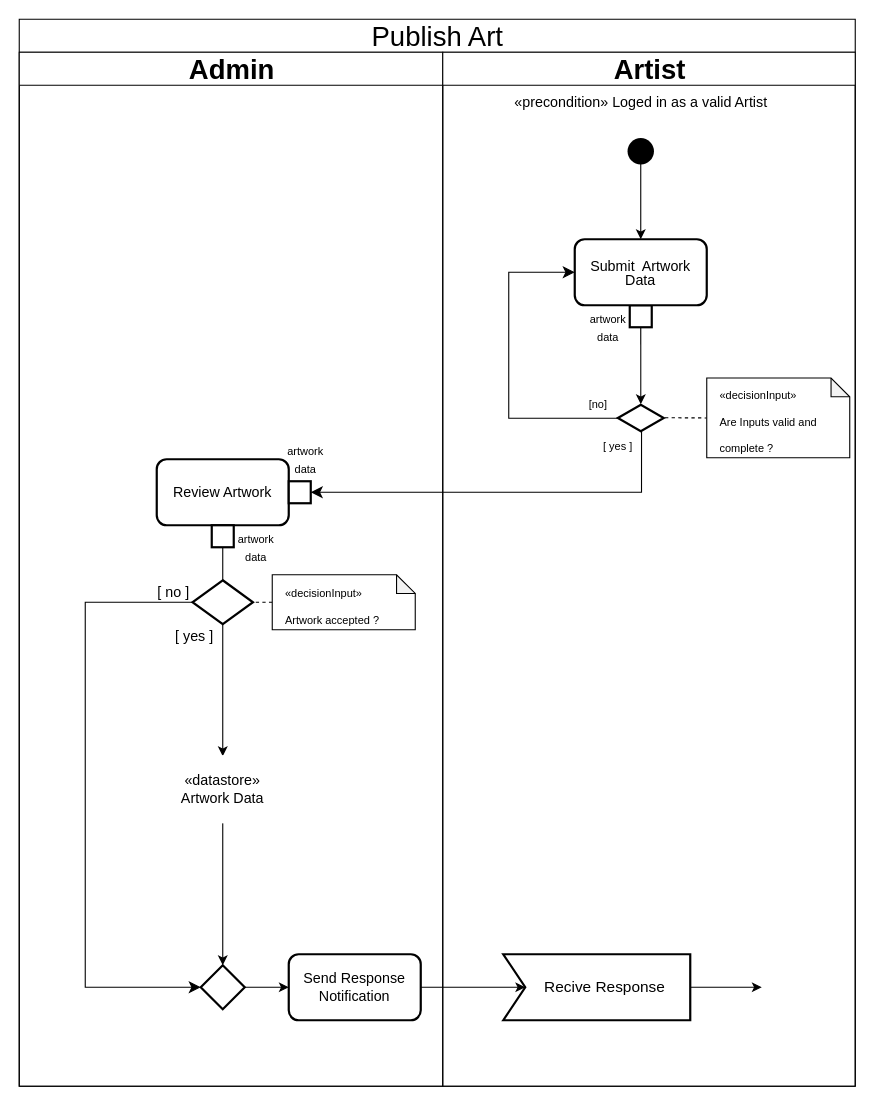
Above: diagrams/activity/activity_publish_art.drawio in MazenMarei/software-1-project (draw.io), before the change. Source tidied: cells renumbered, new cells numbered last; positions are measured from the earlier drawing's top-left corner, leaving out a move shared by most shapes. Both pictures are drawn from the tidied source at 110%, with x=0, y=0 at pixel (19, 19).
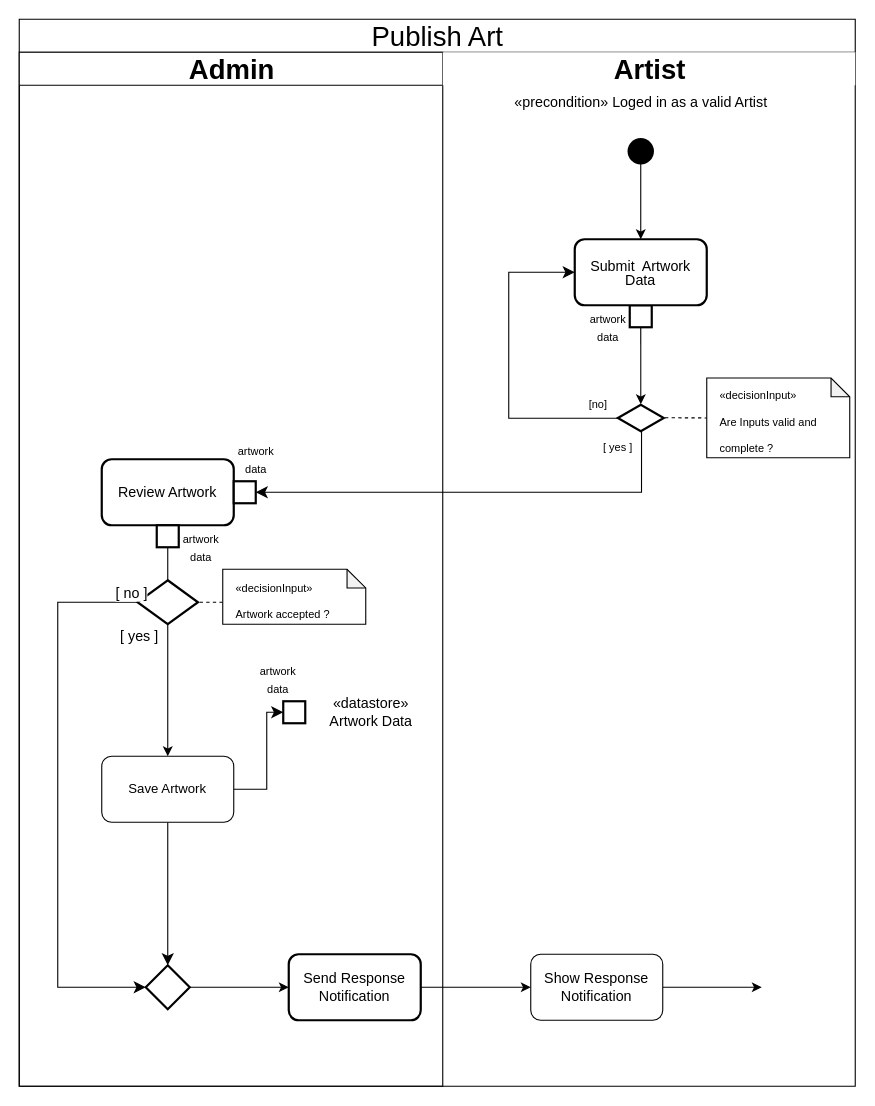
The same diagram, later.

Commit message (it also covers changes not shown here):
adding class and erd

The change refers to these unchanged cells:
```xml
<mxCell id="3" value="Admin" style="swimlane;startSize=30;html=1;rounded=0;strokeWidth=1;fontSize=25;" parent="2" vertex="1">
  <mxGeometry y="30" width="385" height="940" as="geometry" />
</mxCell>
<mxCell id="35" style="html=1;whiteSpace=wrap;shape=isoRectangle;rounded=0;strokeWidth=2;fontSize=10;" parent="26" vertex="1">
  <mxGeometry x="159.2" y="320" width="41.7" height="25" as="geometry" />
</mxCell>
```

Change to the diagram source:
```diff
@@
-    <mxCell id="2" value="&lt;span style=&quot;font-weight: 400;&quot;&gt;Publish Art&lt;/span&gt;" style="swimlane;startSize=30;html=1;rounded=0;strokeWidth=1;fontSize=25;" parent="1" vertex="1">
+    <mxCell id="2" value="&lt;span style=&quot;font-weight: 400;&quot;&gt;Publish Art&lt;/span&gt;" style="swimlane;startSize=30;html=1;rounded=0;strokeWidth=1;fontSize=25;strokeColor=light-dark(#000000,#FFFFFF);" parent="1" vertex="1">
       <mxGeometry width="760" height="970" as="geometry" />
     </mxCell>
+    <mxCell id="24" style="edgeStyle=segmentEdgeStyle;endArrow=classic;html=1;curved=0;rounded=0;endSize=8;startSize=8;fontSize=10;exitX=0.516;exitY=0.889;exitDx=0;exitDy=0;exitPerimeter=0;entryX=1;entryY=0.5;entryDx=0;entryDy=0;" parent="2" edge="1" source="35" target="7">
+      <mxGeometry relative="1" as="geometry">
+        <Array as="points">
+          <mxPoint x="566" y="430" />
+        </Array>
+      </mxGeometry>
+    </mxCell>
+    <mxCell id="25" value="[ yes ]" style="edgeLabel;html=1;align=center;verticalAlign=middle;fontSize=10;" parent="24" vertex="1">
+      <mxGeometry x="-0.95" y="-1" relative="1" as="geometry">
+        <mxPoint x="-21" y="6" as="offset" />
+      </mxGeometry>
+    </mxCell>
@@
+    <mxCell id="45" style="edgeStyle=none;html=1;exitX=1;exitY=0.5;exitDx=0;exitDy=0;entryX=0;entryY=0.5;entryDx=0;entryDy=0;endArrow=none;endFill=0;" parent="3" edge="1" source="4">
+      <mxGeometry relative="1" as="geometry">
+        <mxPoint x="195" y="400" as="targetPoint" />
+      </mxGeometry>
+    </mxCell>
     <mxCell id="4" value="&lt;font style=&quot;font-size: 13px;&quot;&gt;Review Artwork&lt;/font&gt;" style="rounded=1;whiteSpace=wrap;html=1;strokeWidth=2;fontSize=10;" parent="3" vertex="1">
-      <mxGeometry x="125" y="370" width="120" height="60" as="geometry" />
+      <mxGeometry x="75" y="370" width="120" height="60" as="geometry" />
     </mxCell>
     <mxCell id="5" value="&lt;font style=&quot;font-size: 10px;&quot;&gt;artwork &lt;br&gt;data&lt;/font&gt;" style="text;html=1;align=center;verticalAlign=middle;strokeColor=none;fillColor=none;fontSize=13;" parent="3" vertex="1">
-      <mxGeometry x="230" y="350" width="60" height="40" as="geometry" />
+      <mxGeometry x="185" y="350" width="60" height="40" as="geometry" />
     </mxCell>
-    <mxCell id="6" style="edgeStyle=none;html=1;exitX=0;exitY=0.5;exitDx=0;exitDy=0;entryX=0.999;entryY=0.568;entryDx=0;entryDy=0;entryPerimeter=0;fontSize=10;startArrow=none;startFill=0;endArrow=none;endFill=0;" parent="3" edge="1" source="7" target="4">
-      <mxGeometry relative="1" as="geometry" />
+    <mxCell id="6" style="edgeStyle=none;html=1;exitX=0;exitY=0.5;exitDx=0;exitDy=0;entryX=0.999;entryY=0.568;entryDx=0;entryDy=0;entryPerimeter=0;fontSize=10;startArrow=none;startFill=0;endArrow=none;endFill=0;" parent="3" edge="1" target="4">
+      <mxGeometry relative="1" as="geometry">
+        <mxPoint x="195" y="400" as="sourcePoint" />
+      </mxGeometry>
     </mxCell>
+    <mxCell id="46" style="edgeStyle=none;html=1;entryX=1;entryY=0.5;entryDx=0;entryDy=0;endArrow=none;endFill=0;" parent="3" edge="1" source="7" target="4">
+      <mxGeometry relative="1" as="geometry" />
+    </mxCell>
     <mxCell id="7" style="rounded=0;whiteSpace=wrap;html=1;strokeWidth=2;fontSize=13;" parent="3" vertex="1">
-      <mxGeometry x="245" y="390" width="20" height="20" as="geometry" />
+      <mxGeometry x="195" y="390" width="20" height="20" as="geometry" />
     </mxCell>
     <mxCell id="8" style="rhombus;whiteSpace=wrap;html=1;rounded=0;strokeWidth=2;fontSize=13;" parent="3" vertex="1">
-      <mxGeometry x="157.5" y="480" width="55" height="40" as="geometry" />
+      <mxGeometry x="107.5" y="480" width="55" height="40" as="geometry" />
     </mxCell>
@@
-    <mxCell id="10" style="edgeStyle=none;html=1;entryX=1;entryY=0.5;entryDx=0;entryDy=0;fontSize=13;startArrow=none;startFill=0;endArrow=none;endFill=0;dashed=1;exitX=0;exitY=0.5;exitDx=0;exitDy=0;exitPerimeter=0;" parent="3" edge="1" source="11" target="8">
+    <mxCell id="10" style="edgeStyle=none;html=1;entryX=1;entryY=0.5;entryDx=0;entryDy=0;fontSize=13;startArrow=none;startFill=0;endArrow=none;endFill=0;dashed=1;exitX=0;exitY=0.6;exitDx=0;exitDy=0;exitPerimeter=0;" parent="3" edge="1" source="11" target="8">
       <mxGeometry relative="1" as="geometry" />
     </mxCell>
     <mxCell id="11" value="&lt;font style=&quot;font-size: 10px;&quot;&gt;«decisionInput»&lt;br&gt;&lt;font style=&quot;font-size: 10px;&quot;&gt;Artwork accepted ?&lt;/font&gt;&lt;/font&gt;" style="shape=note;whiteSpace=wrap;html=1;backgroundOutline=1;darkOpacity=0.05;fontSize=20;align=left;labelBorderColor=none;textShadow=0;spacingLeft=10;size=17;" parent="3" vertex="1">
-      <mxGeometry x="230" y="475" width="130" height="50" as="geometry" />
+      <mxGeometry x="185" y="470" width="130" height="50" as="geometry" />
     </mxCell>
     <mxCell id="12" style="rhombus;whiteSpace=wrap;html=1;rounded=0;labelBackgroundColor=#484848;strokeWidth=2;fontSize=13;fillColor=none;" parent="3" vertex="1">
-      <mxGeometry x="165" y="830" width="40" height="40" as="geometry" />
+      <mxGeometry x="115" y="830" width="40" height="40" as="geometry" />
     </mxCell>
     <mxCell id="13" style="edgeStyle=segmentEdgeStyle;endArrow=classic;html=1;curved=0;rounded=0;endSize=8;startSize=8;fontSize=13;exitX=0;exitY=0.5;exitDx=0;exitDy=0;" parent="3" edge="1" source="8" target="12">
       <mxGeometry relative="1" as="geometry">
         <Array as="points">
-          <mxPoint x="60" y="500" />
+          <mxPoint x="35" y="500" />
         </Array>
       </mxGeometry>
     </mxCell>
@@
-    <mxCell id="15" style="edgeStyle=none;html=1;fontSize=13;startArrow=none;startFill=0;endArrow=classic;endFill=1;entryX=0.5;entryY=0;entryDx=0;entryDy=0;" parent="3" edge="1" source="8" target="20">
+    <mxCell id="15" style="edgeStyle=none;html=1;fontSize=13;startArrow=none;startFill=0;endArrow=classic;endFill=1;entryX=0.5;entryY=0;entryDx=0;entryDy=0;" parent="3" edge="1" source="8" target="48">
       <mxGeometry relative="1" as="geometry" />
     </mxCell>
@@
-    <mxCell id="17" style="edgeStyle=none;html=1;exitX=0.5;exitY=1;exitDx=0;exitDy=0;entryX=0.5;entryY=0;entryDx=0;entryDy=0;fontSize=13;startArrow=none;startFill=0;endArrow=classic;endFill=1;" parent="3" edge="1" source="20" target="12">
-      <mxGeometry relative="1" as="geometry" />
-    </mxCell>
-    <mxCell id="18" value="Send Response Notification" style="rounded=1;whiteSpace=wrap;html=1;labelBackgroundColor=none;strokeWidth=2;fontSize=13;fillColor=none;" parent="3" vertex="1">
+    <mxCell id="18" value="Send Response Notification" style="rounded=1;whiteSpace=wrap;html=1;labelBackgroundColor=none;strokeWidth=2;fontSize=13;fillColor=default;" parent="3" vertex="1">
       <mxGeometry x="245" y="820" width="120" height="60" as="geometry" />
     </mxCell>
-    <mxCell id="19" style="edgeStyle=none;html=1;exitX=1;exitY=0.5;exitDx=0;exitDy=0;fontSize=13;startArrow=none;startFill=0;endArrow=classic;endFill=1;" parent="3" edge="1" source="12" target="18">
+    <mxCell id="19" style="edgeStyle=none;html=1;exitX=1;exitY=0.5;exitDx=0;exitDy=0;fontSize=13;startArrow=none;startFill=0;endArrow=classic;endFill=1;entryX=0;entryY=0.5;entryDx=0;entryDy=0;" parent="3" edge="1" source="12" target="18">
       <mxGeometry relative="1" as="geometry" />
     </mxCell>
-    <mxCell id="20" value="«datastore»&lt;br&gt;Artwork Data" style="rounded=0;whiteSpace=wrap;html=1;labelBackgroundColor=none;strokeColor=#FFFFFF;strokeWidth=2;fontSize=13;fillColor=none;" parent="3" vertex="1">
-      <mxGeometry x="125" y="640" width="120" height="60" as="geometry" />
+    <mxCell id="20" value="«datastore»&lt;br&gt;Artwork Data" style="rounded=0;whiteSpace=wrap;html=1;labelBackgroundColor=none;strokeColor=light-dark(#FFFFFF,#FFFFFF);strokeWidth=2;fontSize=13;fillColor=none;" parent="3" vertex="1">
+      <mxGeometry x="260" y="570" width="120" height="60" as="geometry" />
     </mxCell>
@@
     <mxCell id="22" style="rounded=0;whiteSpace=wrap;html=1;strokeWidth=2;fontSize=13;" parent="3" vertex="1">
-      <mxGeometry x="175" y="430" width="20" height="20" as="geometry" />
+      <mxGeometry x="125" y="430" width="20" height="20" as="geometry" />
     </mxCell>
     <mxCell id="23" value="&lt;font style=&quot;font-size: 10px;&quot;&gt;artwork &lt;br&gt;data&lt;/font&gt;" style="text;html=1;align=center;verticalAlign=middle;strokeColor=none;fillColor=none;fontSize=13;" parent="3" vertex="1">
-      <mxGeometry x="185" y="430" width="60" height="40" as="geometry" />
+      <mxGeometry x="135" y="430" width="60" height="40" as="geometry" />
     </mxCell>
-    <mxCell id="24" style="edgeStyle=segmentEdgeStyle;endArrow=classic;html=1;curved=0;rounded=0;endSize=8;startSize=8;fontSize=10;exitX=0.516;exitY=0.889;exitDx=0;exitDy=0;exitPerimeter=0;entryX=1;entryY=0.5;entryDx=0;entryDy=0;" parent="2" edge="1" source="35" target="7">
-      <mxGeometry relative="1" as="geometry">
-        <Array as="points">
-          <mxPoint x="566" y="430" />
-        </Array>
-      </mxGeometry>
-    </mxCell>
-    <mxCell id="25" value="[ yes ]" style="edgeLabel;html=1;align=center;verticalAlign=middle;fontSize=10;" parent="24" vertex="1">
-      <mxGeometry x="-0.95" y="-1" relative="1" as="geometry">
-        <mxPoint x="-21" y="6" as="offset" />
-      </mxGeometry>
-    </mxCell>
+    <mxCell id="47" style="edgeStyle=segmentEdgeStyle;endArrow=classic;html=1;curved=0;rounded=0;endSize=8;startSize=8;exitX=0.5;exitY=1;exitDx=0;exitDy=0;entryX=0.5;entryY=0;entryDx=0;entryDy=0;" parent="3" edge="1" source="48" target="12">
+      <mxGeometry relative="1" as="geometry" />
+    </mxCell>
+    <mxCell id="48" value="Save Artwork" style="rounded=1;whiteSpace=wrap;html=1;" parent="3" vertex="1">
+      <mxGeometry x="75" y="640" width="120" height="60" as="geometry" />
+    </mxCell>
+    <mxCell id="49" style="edgeStyle=elbowEdgeStyle;elbow=horizontal;endArrow=classic;html=1;curved=0;rounded=0;endSize=8;startSize=8;exitX=1;exitY=0.5;exitDx=0;exitDy=0;entryX=0;entryY=0.5;entryDx=0;entryDy=0;" parent="3" edge="1" source="48" target="51">
+      <mxGeometry relative="1" as="geometry">
+        <Array as="points">
+          <mxPoint x="225" y="650" />
+        </Array>
+      </mxGeometry>
+    </mxCell>
+    <mxCell id="50" style="edgeStyle=none;html=1;entryX=0;entryY=0.5;entryDx=0;entryDy=0;endArrow=none;endFill=0;" parent="3" edge="1" source="51" target="20">
+      <mxGeometry relative="1" as="geometry" />
+    </mxCell>
+    <mxCell id="51" style="rounded=0;whiteSpace=wrap;html=1;strokeWidth=2;fontSize=13;" parent="3" vertex="1">
+      <mxGeometry x="240" y="590" width="20" height="20" as="geometry" />
+    </mxCell>
+    <mxCell id="52" value="&lt;font style=&quot;font-size: 10px;&quot;&gt;artwork &lt;br&gt;data&lt;/font&gt;" style="text;html=1;align=center;verticalAlign=middle;strokeColor=none;fillColor=none;fontSize=13;" parent="3" vertex="1">
+      <mxGeometry x="205" y="550" width="60" height="40" as="geometry" />
+    </mxCell>
-    <mxCell id="26" value="Artist" style="swimlane;startSize=30;html=1;rounded=0;strokeWidth=1;fontSize=25;fillColor=default;" parent="2" vertex="1">
+    <mxCell id="26" value="Artist" style="swimlane;startSize=30;html=1;rounded=0;strokeWidth=1;fontSize=25;fillColor=default;strokeColor=none;" parent="2" vertex="1">
       <mxGeometry x="385" y="30" width="375" height="940" as="geometry" />
     </mxCell>
@@
-    <mxCell id="40" value="Recive Response" style="html=1;shape=mxgraph.infographic.ribbonSimple;notch1=20;notch2=0;align=center;verticalAlign=middle;fontSize=14;fontStyle=0;fillColor=none;flipH=0;spacingRight=0;spacingLeft=14;rounded=0;labelBackgroundColor=none;strokeWidth=2;" parent="26" vertex="1">
-      <mxGeometry x="55" y="820" width="170" height="60" as="geometry" />
-    </mxCell>
-    <mxCell id="41" style="ellipse;html=1;shape=endState;fillColor=#FFFFFF;strokeColor=#FFFFFF;rounded=0;labelBackgroundColor=none;strokeWidth=2;fontSize=13;" parent="26" vertex="1">
+    <mxCell id="41" style="ellipse;html=1;shape=endState;fillColor=light-dark(#FFFFFF,#FFFFFF);strokeColor=light-dark(#FFFFFF,#FFFFFF);rounded=0;labelBackgroundColor=none;strokeWidth=2;fontSize=13;" parent="26" vertex="1">
       <mxGeometry x="290" y="835" width="30" height="30" as="geometry" />
     </mxCell>
-    <mxCell id="42" style="edgeStyle=none;html=1;fontSize=13;startArrow=none;startFill=0;endArrow=classic;endFill=1;entryX=0;entryY=0.5;entryDx=0;entryDy=0;" parent="26" edge="1" source="40" target="41">
+    <mxCell id="42" style="edgeStyle=none;html=1;fontSize=13;startArrow=none;startFill=0;endArrow=classic;endFill=1;entryX=0;entryY=0.5;entryDx=0;entryDy=0;exitX=1;exitY=0.5;exitDx=0;exitDy=0;" parent="26" edge="1" source="53" target="41">
       <mxGeometry relative="1" as="geometry" />
     </mxCell>
@@
+    <mxCell id="53" value="&lt;span style=&quot;font-size: 13px;&quot;&gt;&lt;font style=&quot;&quot;&gt;Show Response Notification&lt;/font&gt;&lt;/span&gt;" style="rounded=1;whiteSpace=wrap;html=1;fontColor=light-dark(#000000,#FFFFFF);" parent="26" vertex="1">
+      <mxGeometry x="80" y="820" width="120" height="60" as="geometry" />
+    </mxCell>
-    <mxCell id="44" style="edgeStyle=none;html=1;exitX=1;exitY=0.5;exitDx=0;exitDy=0;fontSize=13;startArrow=none;startFill=0;endArrow=classic;endFill=1;entryX=0;entryY=0;entryDx=20;entryDy=30;entryPerimeter=0;" parent="2" edge="1" source="18" target="40">
+    <mxCell id="44" style="edgeStyle=none;html=1;exitX=1;exitY=0.5;exitDx=0;exitDy=0;fontSize=13;startArrow=none;startFill=0;endArrow=classic;endFill=1;entryX=0;entryY=0.5;entryDx=0;entryDy=0;" parent="2" edge="1" source="18" target="53">
       <mxGeometry relative="1" as="geometry" />
     </mxCell>
```
